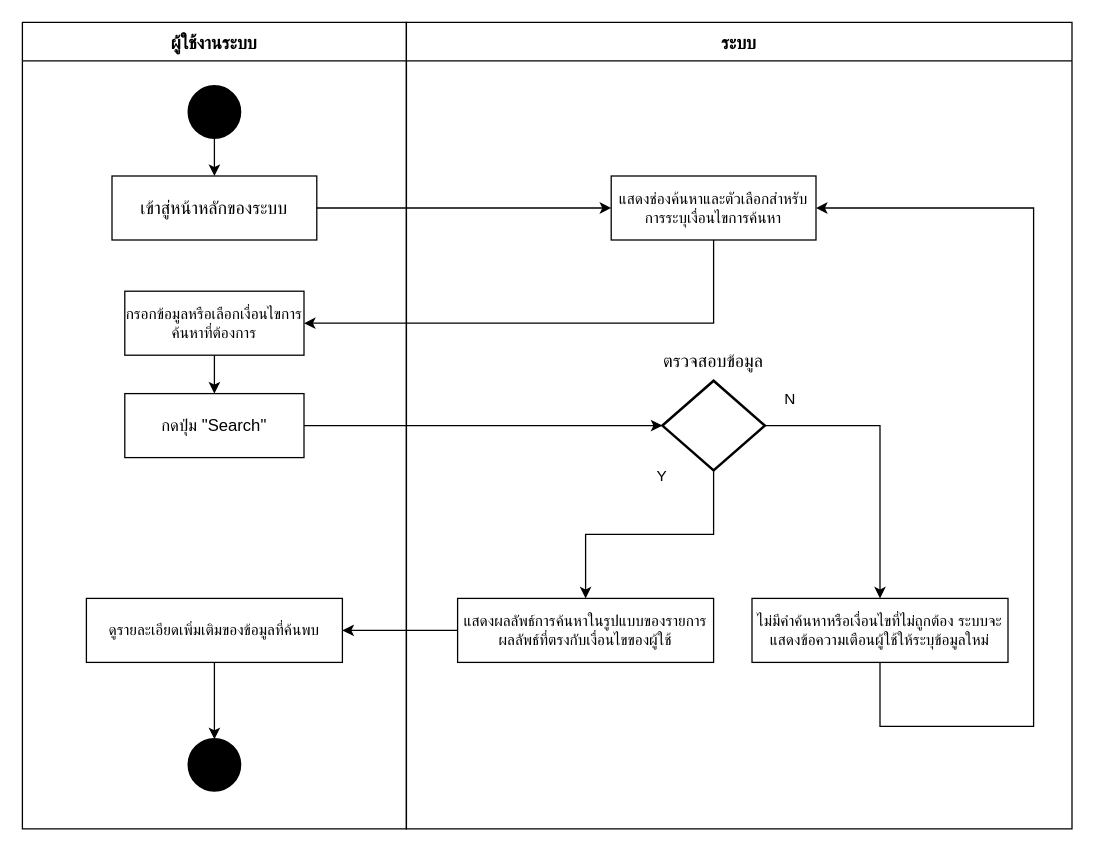
Above: page "ADV_Search" (14 of 19) of Untitled Diagram.drawio in 64160106/projectfinal (draw.io), before the change. Source tidied: cells renumbered, new cells numbered last; positions are measured from the earlier drawing's top-left corner, leaving out a move shared by most shapes. Both pictures are drawn from the tidied source at 128%, with x=0, y=0 at pixel (22, 22).
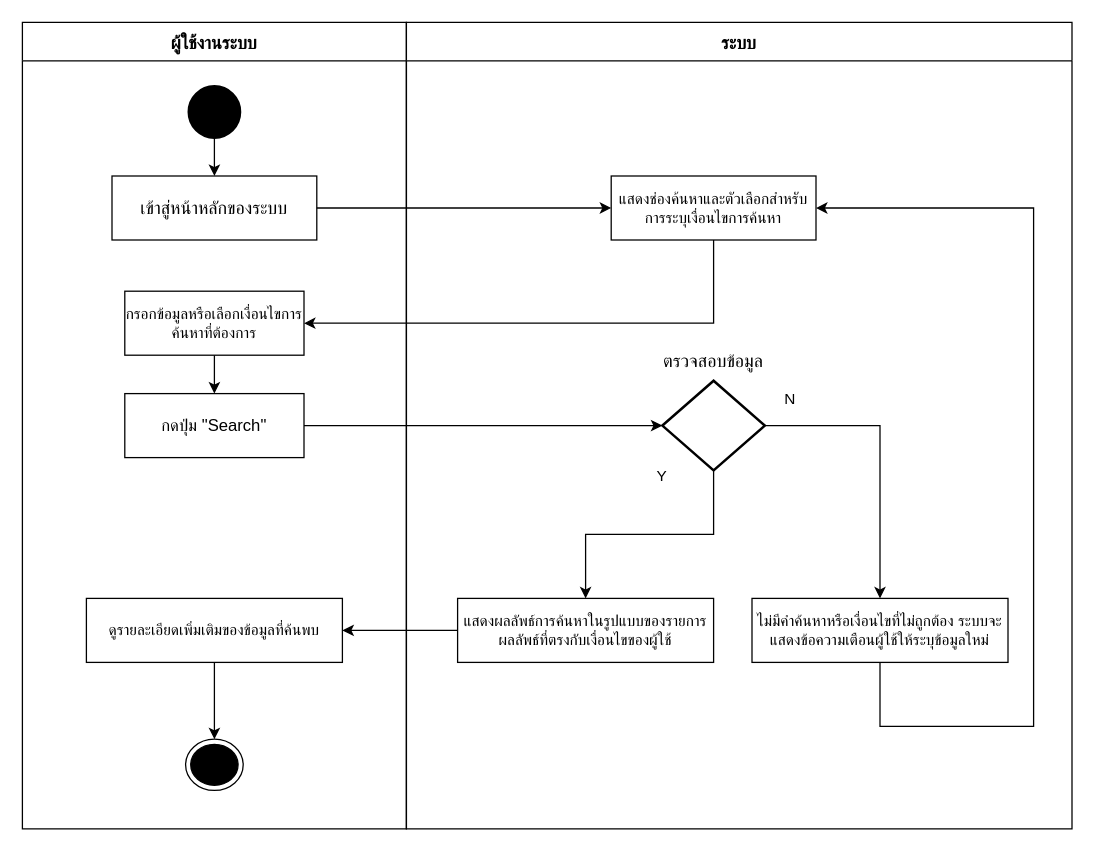
The same diagram, later.

The change refers to these unchanged cells:
```xml
<mxCell id="2" value="ผู้ใช้งานระบบ" style="swimlane;startSize=30;fontSize=14;" parent="1" vertex="1">
  <mxGeometry width="300" height="630" as="geometry" />
</mxCell>
<mxCell id="10" value="ดูรายละเอียดเพิ่มเติมของข้อมูลที่ค้นพบ" style="rounded=0;whiteSpace=wrap;html=1;" parent="2" vertex="1">
  <mxGeometry x="50" y="450" width="200" height="50" as="geometry" />
</mxCell>
```

What changed in the source:
```diff
@@
-    <mxCell id="9" style="strokeWidth=2;html=1;shape=mxgraph.flowchart.start_2;whiteSpace=wrap;fillColor=#000000;" parent="2" vertex="1">
-      <mxGeometry x="130" y="560" width="40" height="40" as="geometry" />
-    </mxCell>
+    <mxCell id="27" style="edgeStyle=orthogonalEdgeStyle;rounded=0;jettySize=auto;html=1;exitX=0.5;exitY=1;exitDx=0;exitDy=0;" parent="2" edge="1" source="10" target="28">
+      <mxGeometry relative="1" as="geometry" />
+    </mxCell>
@@
-    <mxCell id="11" style="edgeStyle=orthogonalEdgeStyle;rounded=0;jettySize=auto;html=1;exitX=0.5;exitY=1;exitDx=0;exitDy=0;entryX=0.5;entryY=0;entryDx=0;entryDy=0;entryPerimeter=0;" parent="2" edge="1" source="10" target="9">
-      <mxGeometry relative="1" as="geometry" />
-    </mxCell>
+    <mxCell id="28" style="ellipse;html=1;shape=endState;fillColor=#000000;strokeColor=#000000;" parent="2" vertex="1">
+      <mxGeometry x="127.5" y="560" width="45" height="40" as="geometry" />
+    </mxCell>
```
